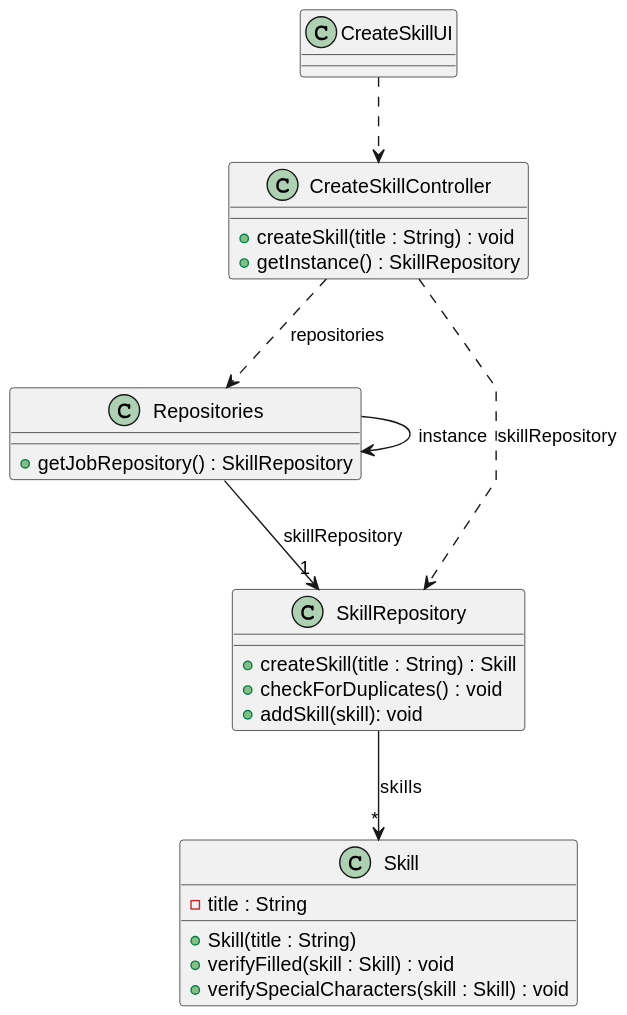
Above: docs/sprintB/us001/03.design/svg/us001-class-diagram.svg in ricardomm7/leaflink (PlantUML), before the change. The source it was exported from:
```plantuml
@startuml
skinparam packageStyle rectangle
skinparam shadowing false
skinparam linetype polyline


class CreateSkillUI {
}

class CreateSkillController {
    +createSkill(title : String) : void
    +getInstance() : SkillRepository
}

class Repositories {
    +getJobRepository() : SkillRepository
}

class SkillRepository {
    +createSkill(title : String) : Skill
    +checkForDuplicates() : void
    +addSkill(skill): void
}

class Skill {
    - title : String
    + Skill(title : String)
    +verifyFilled(skill : Skill) : void
    +verifySpecialCharacters(skill : Skill) : void
}

CreateSkillUI ..> CreateSkillController
Repositories --> "1" SkillRepository : skillRepository
Repositories --> Repositories : instance
SkillRepository --> "*" Skill : skills
CreateSkillController ..> Repositories : repositories
CreateSkillController ..> SkillRepository : skillRepository
@enduml
```
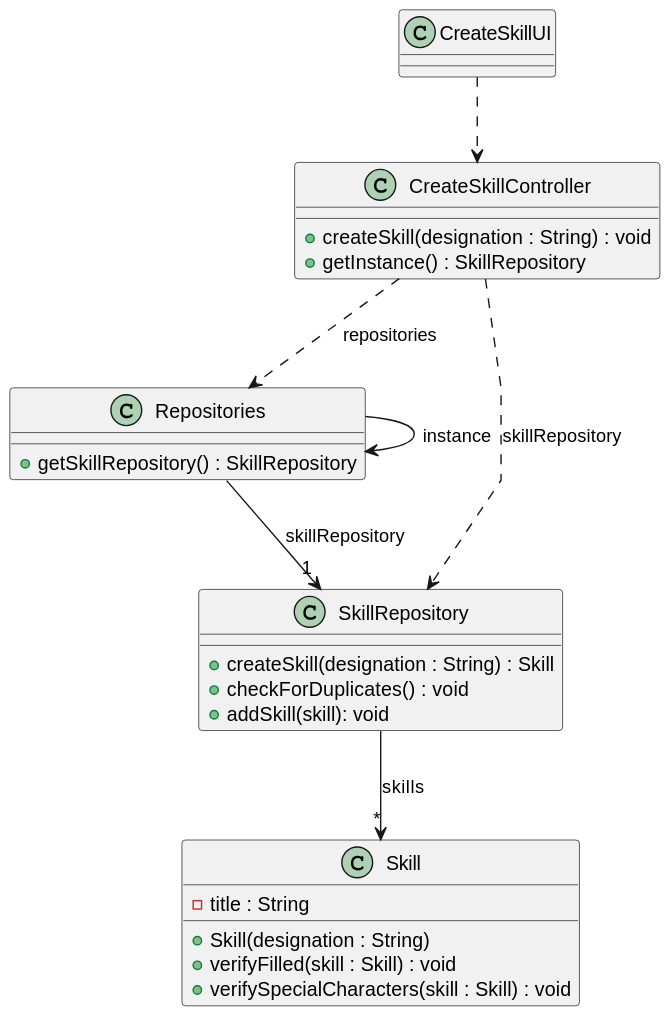
After the change.

The edit, as a diff of the source:
```diff
@@ -8,23 +8,23 @@
 }
 
 class CreateSkillController {
-    +createSkill(title : String) : void
+    +createSkill(designation : String) : void
     +getInstance() : SkillRepository
 }
 
 class Repositories {
-    +getJobRepository() : SkillRepository
+    +getSkillRepository() : SkillRepository
 }
 
 class SkillRepository {
-    +createSkill(title : String) : Skill
+    +createSkill(designation : String) : Skill
     +checkForDuplicates() : void
     +addSkill(skill): void
 }
 
 class Skill {
     - title : String
-    + Skill(title : String)
+    + Skill(designation : String)
     +verifyFilled(skill : Skill) : void
     +verifySpecialCharacters(skill : Skill) : void
 }
```
